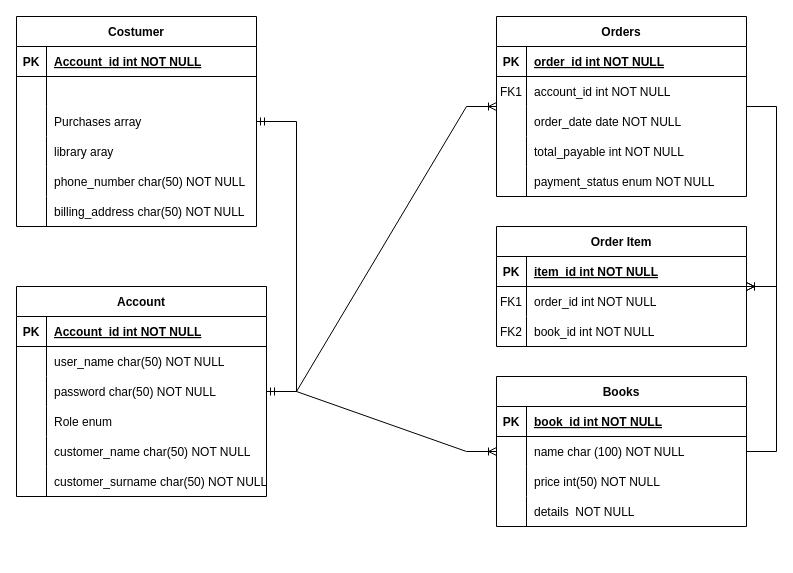
Earlier version of the draw.io diagram page "ERD" (1 of 2) of documentation/ERD.drawio (TeoScardov/cloud-project-2024). Source tidied: cells renumbered, new cells numbered last; positions are measured from the earlier drawing's top-left corner, leaving out a move shared by most shapes. Both pictures are drawn from the tidied source at 100%, with x=0, y=0 at pixel (16, 16).
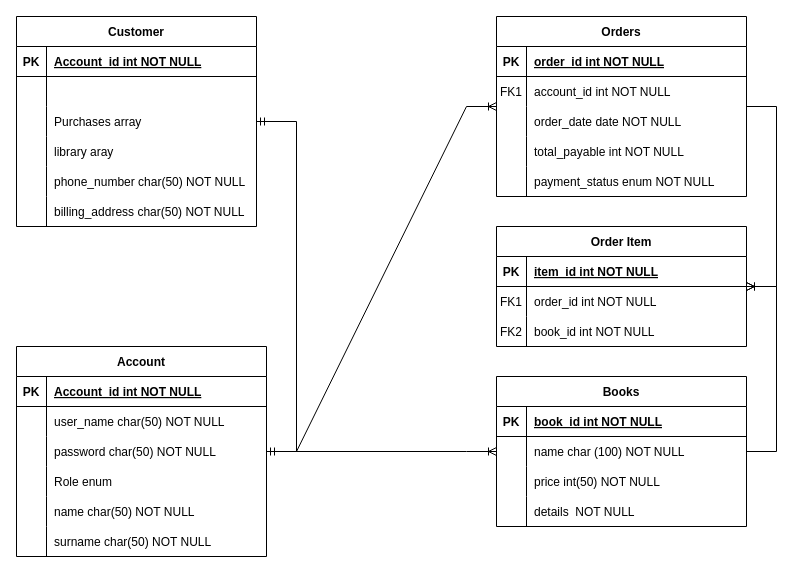
The same diagram, later.

The change refers to these unchanged cells:
```xml
<mxCell id="2" value="Orders" style="shape=table;startSize=30;childLayout=tableLayout;rowLines=0;fontStyle=1;align=center;" parent="1" vertex="1">
  <mxGeometry x="480" width="250" height="180" as="geometry" />
</mxCell>
<mxCell id="44" style="shape=partialRectangle;fillColor=none;top=0;left=0;right=0;bottom=0;" parent="31" vertex="1">
  <mxGeometry y="150" width="250" height="30" as="geometry" />
</mxCell>
<mxCell id="47" style="shape=partialRectangle;fillColor=none;top=0;left=0;right=0;bottom=0;" parent="31" vertex="1">
  <mxGeometry y="180" width="250" height="30" as="geometry" />
</mxCell>
```

The edit, as a diff of the source:
```diff
@@
     <mxCell id="31" value="Account" style="shape=table;startSize=30;childLayout=tableLayout;rowLines=0;fontStyle=1;align=center;" parent="1" vertex="1">
-      <mxGeometry y="270" width="250" height="210" as="geometry" />
+      <mxGeometry y="330" width="250" height="210" as="geometry" />
     </mxCell>
@@
-    <mxCell id="46" value="customer_name char(50) NOT NULL" style="shape=partialRectangle;overflow=hidden;fillColor=none;top=0;left=0;bottom=0;right=0;align=left;spacingLeft=6;" parent="44" vertex="1">
+    <mxCell id="46" value="name char(50) NOT NULL" style="shape=partialRectangle;overflow=hidden;fillColor=none;top=0;left=0;bottom=0;right=0;align=left;spacingLeft=6;" parent="44" vertex="1">
       <mxGeometry x="30" width="220" height="30" as="geometry" />
     </mxCell>
@@
-    <mxCell id="49" value="customer_surname char(50) NOT NULL" style="shape=partialRectangle;overflow=hidden;fillColor=none;top=0;left=0;bottom=0;right=0;align=left;spacingLeft=6;" parent="47" vertex="1">
+    <mxCell id="49" value="surname char(50) NOT NULL" style="shape=partialRectangle;overflow=hidden;fillColor=none;top=0;left=0;bottom=0;right=0;align=left;spacingLeft=6;" parent="47" vertex="1">
       <mxGeometry x="30" width="220" height="30" as="geometry" />
     </mxCell>
@@
     <mxCell id="63" style="edgeStyle=entityRelationEdgeStyle;fontSize=12;html=1;endArrow=ERoneToMany;rounded=0;" parent="1" edge="1" source="31" target="2">
-      <mxGeometry relative="1" as="geometry" />
+      <mxGeometry relative="1" as="geometry">
+        <Array as="points">
+          <mxPoint x="280" y="210" />
+          <mxPoint x="350" y="200" />
+          <mxPoint x="364" y="262" />
+          <mxPoint x="330" y="130" />
+          <mxPoint x="360" y="140" />
+          <mxPoint x="410" y="90" />
+          <mxPoint x="400" y="280" />
+          <mxPoint x="280" y="210" />
+        </Array>
+      </mxGeometry>
     </mxCell>
-    <mxCell id="64" value="Costumer" style="shape=table;startSize=30;childLayout=tableLayout;rowLines=0;fontStyle=1;align=center;" parent="1" vertex="1">
+    <mxCell id="64" value="Customer" style="shape=table;startSize=30;childLayout=tableLayout;rowLines=0;fontStyle=1;align=center;" parent="1" vertex="1">
       <mxGeometry width="240" height="210" as="geometry" />
     </mxCell>
```
